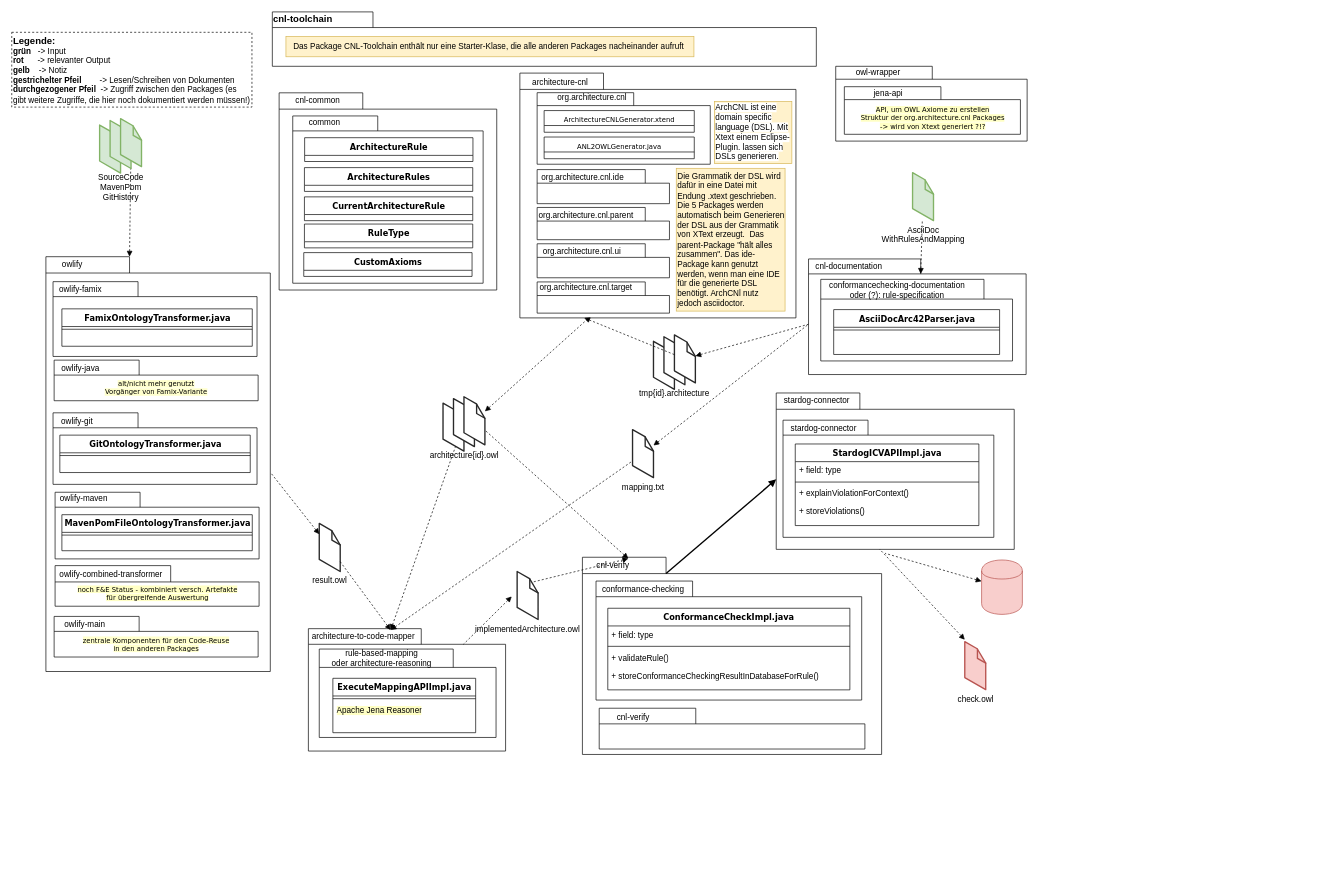
This is ArchCNL- PackageDiagramm.drawio from Mari-Wie/ArchCnlDocumentation, a draw.io file, before an edit. Source tidied: cells renumbered, new cells numbered last; positions are measured from the earlier drawing's top-left corner, leaving out a move shared by most shapes. Both pictures are drawn from the tidied source at 68%, with x=0, y=0 at pixel (12, 12).
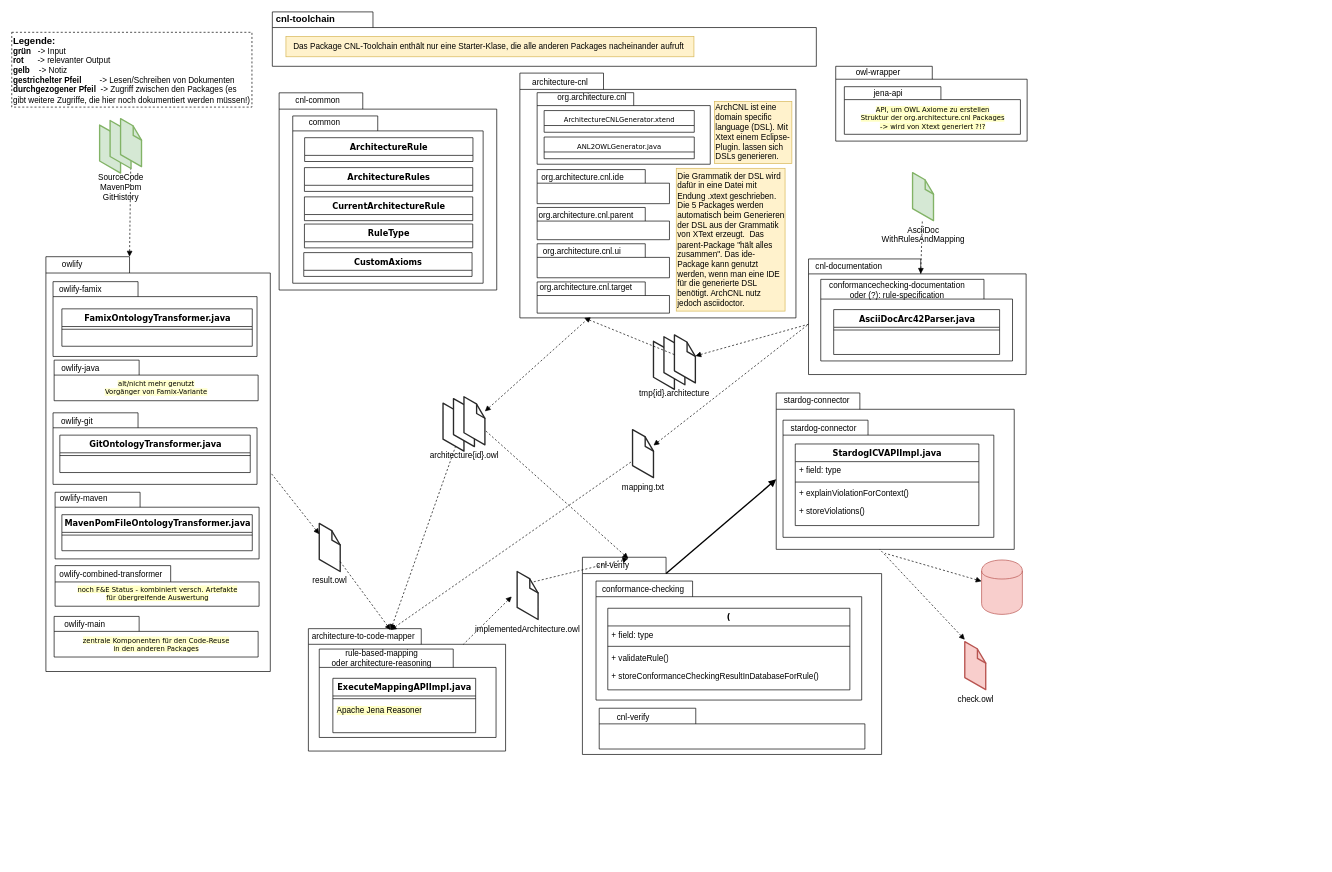
The same diagram, later.

Unchanged cells that the change refers to:
```xml
<mxCell id="22" style="group;" parent="1" vertex="1">
  <mxGeometry x="747" y="90" width="416" height="360" as="geometry" />
</mxCell>
<mxCell id="47" style="group;" parent="1" vertex="1">
  <mxGeometry x="1204" y="877" width="720" height="370" as="geometry" />
</mxCell>
```

What changed in the source:
```diff
@@
-    <mxCell id="37" value="Die Grammatik der DSL wird dafür in eine Datei mit Endung .xtext geschrieben.&amp;nbsp;&lt;br&gt;Die 5 Packages werden automatisch beim Generieren der DSL aus der Grammatik von XText erzeugt.&amp;nbsp; Das parent-Package &quot;hält alles zusammen&quot;. Das ide-Package kann genutzt werden, wenn man eine IDE für die generierte DSL benötigt. ArchCNl nutz jedoch asciidoctor." style="text;html=1;strokeColor=#d6b656;fillColor=#fff2cc;align=left;verticalAlign=middle;whiteSpace=wrap;rounded=0;" parent="22" vertex="1">
+    <mxCell id="37" value="Die Grammatik der DSL wird dafür in eine Datei mit Endung .xtext geschrieben.&amp;nbsp;&lt;br&gt;Die 5 Packages werden automatisch beim Generieren der DSL aus der Grammatik von XText erzeugt.&amp;nbsp; Das parent-Package &quot;hält alles zusammen&quot;. Das ide-Package kann genutzt werden, wenn man eine IDE für die generierte DSL benötigt. ArchCNL nutz jedoch asciidoctor." style="text;html=1;strokeColor=#d6b656;fillColor=#fff2cc;align=left;verticalAlign=middle;whiteSpace=wrap;rounded=0;" parent="22" vertex="1">
       <mxGeometry x="230" y="140" width="160" height="210" as="geometry" />
     </mxCell>
-    <mxCell id="38" value="&lt;span style=&quot;background-color: rgb(255 , 255 , 255)&quot;&gt;&lt;span style=&quot;color: rgb(0 , 0 , 0) ; font-family: &amp;#34;helvetica&amp;#34; ; font-size: 12px ; font-style: normal ; font-weight: 400 ; letter-spacing: normal ; text-indent: 0px ; text-transform: none ; word-spacing: 0px ; display: inline ; float: none&quot;&gt;ArchCNL ist eine domain specific language (DSL). Mit Xtext einem Eclipse-Plugin. lassen sich DSLs generieren&lt;/span&gt;.&lt;/span&gt;" style="text;html=1;strokeColor=#d6b656;fillColor=#fff2cc;align=left;verticalAlign=middle;whiteSpace=wrap;rounded=0;" parent="22" vertex="1">
+    <mxCell id="38" value="&lt;span style=&quot;background-color: rgb(255 , 242 , 204)&quot;&gt;&lt;span style=&quot;color: rgb(0 , 0 , 0) ; font-family: &amp;#34;helvetica&amp;#34; ; font-size: 12px ; font-style: normal ; font-weight: 400 ; letter-spacing: normal ; text-indent: 0px ; text-transform: none ; word-spacing: 0px ; display: inline ; float: none&quot;&gt;ArchCNL ist eine domain specific language (DSL). Mit Xtext einem Eclipse-Plugin. lassen sich DSLs generieren&lt;/span&gt;.&lt;/span&gt;" style="text;html=1;strokeColor=#d6b656;fillColor=#fff2cc;align=left;verticalAlign=middle;whiteSpace=wrap;rounded=0;" parent="22" vertex="1">
       <mxGeometry x="286" y="41.8" width="114" height="91.2" as="geometry" />
     </mxCell>
@@
-    <mxCell id="52" value="ConformanceCheckImpl.java" style="swimlane;html=1;fontStyle=1;align=center;verticalAlign=top;horizontal=1;startSize=26;swimlaneFillColor=#ffffff;rounded=0;shadow=0;comic=0;labelBackgroundColor=none;strokeWidth=1;fillColor=none;fontFamily=Verdana;fontSize=12;" parent="47" vertex="1">
+    <mxCell id="52" value="(" style="swimlane;html=1;fontStyle=1;align=center;verticalAlign=top;horizontal=1;startSize=26;swimlaneFillColor=#ffffff;rounded=0;shadow=0;comic=0;labelBackgroundColor=none;strokeWidth=1;fillColor=none;fontFamily=Verdana;fontSize=12;" parent="47" vertex="1">
       <mxGeometry x="-327.7" width="356" height="120" as="geometry" />
     </mxCell>
@@
     <mxCell id="60" value="cnl-toolchain" style="text;html=1;strokeColor=none;fillColor=none;align=center;verticalAlign=middle;whiteSpace=wrap;rounded=0;fontStyle=1;fontSize=14;" parent="1" vertex="1">
-      <mxGeometry x="383" width="90" height="20" as="geometry" />
+      <mxGeometry x="387" width="90" height="20" as="geometry" />
     </mxCell>
```
